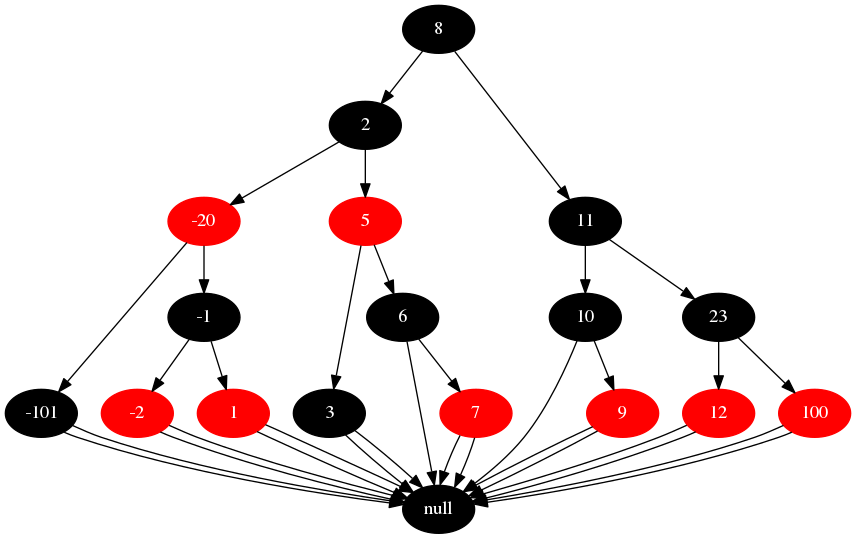
The Graphviz diagram Lab1/tree.png in rvgorlov/Sibsutis_SAOD, before a commit. Its source is kept beside it as Lab1/tree.dot. Its diagram source:
```dot
digraph rbtree {
node [style=filled,fontcolor=white]
8[color=black]
2[color=black]
-20[color=red]
-101[color=black]
null[color=black]
-101 -> null
null[color=black]
-101 -> null
-20 -> -101
-1[color=black]
-2[color=red]
null[color=black]
-2 -> null
null[color=black]
-2 -> null
-1 -> -2
1[color=red]
null[color=black]
1 -> null
null[color=black]
1 -> null
-1 -> 1
-20 -> -1
2 -> -20
5[color=red]
3[color=black]
null[color=black]
3 -> null
null[color=black]
3 -> null
5 -> 3
6[color=black]
null[color=black]
6 -> null
7[color=red]
null[color=black]
7 -> null
null[color=black]
7 -> null
6 -> 7
5 -> 6
2 -> 5
8 -> 2
11[color=black]
10[color=black]
9[color=red]
null[color=black]
9 -> null
null[color=black]
9 -> null
10 -> 9
null[color=black]
10 -> null
11 -> 10
23[color=black]
12[color=red]
null[color=black]
12 -> null
null[color=black]
12 -> null
23 -> 12
100[color=red]
null[color=black]
100 -> null
null[color=black]
100 -> null
23 -> 100
11 -> 23
8 -> 11
}
```
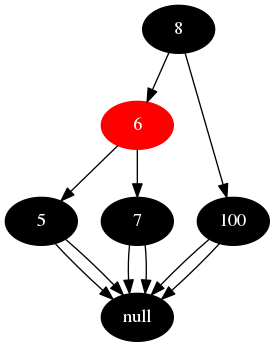
The same file after the commit.

The edit, as a diff of the source:
```diff
@@ -1,72 +1,24 @@
 digraph rbtree {
 node [style=filled,fontcolor=white]
 8[color=black]
-2[color=black]
--20[color=red]
--101[color=black]
+6[color=red]
+5[color=black]
 null[color=black]
--101 -> null
+5 -> null
 null[color=black]
--101 -> null
--20 -> -101
--1[color=black]
--2[color=red]
-null[color=black]
--2 -> null
-null[color=black]
--2 -> null
--1 -> -2
-1[color=red]
-null[color=black]
-1 -> null
-null[color=black]
-1 -> null
--1 -> 1
--20 -> -1
-2 -> -20
-5[color=red]
-3[color=black]
-null[color=black]
-3 -> null
-null[color=black]
-3 -> null
-5 -> 3
-6[color=black]
-null[color=black]
-6 -> null
-7[color=red]
+5 -> null
+6 -> 5
+7[color=black]
 null[color=black]
 7 -> null
 null[color=black]
 7 -> null
 6 -> 7
-5 -> 6
-2 -> 5
-8 -> 2
-11[color=black]
-10[color=black]
-9[color=red]
-null[color=black]
-9 -> null
-null[color=black]
-9 -> null
-10 -> 9
-null[color=black]
-10 -> null
-11 -> 10
-23[color=black]
-12[color=red]
-null[color=black]
-12 -> null
-null[color=black]
-12 -> null
-23 -> 12
-100[color=red]
+8 -> 6
+100[color=black]
 null[color=black]
 100 -> null
 null[color=black]
 100 -> null
-23 -> 100
-11 -> 23
-8 -> 11
+8 -> 100
 }
```
